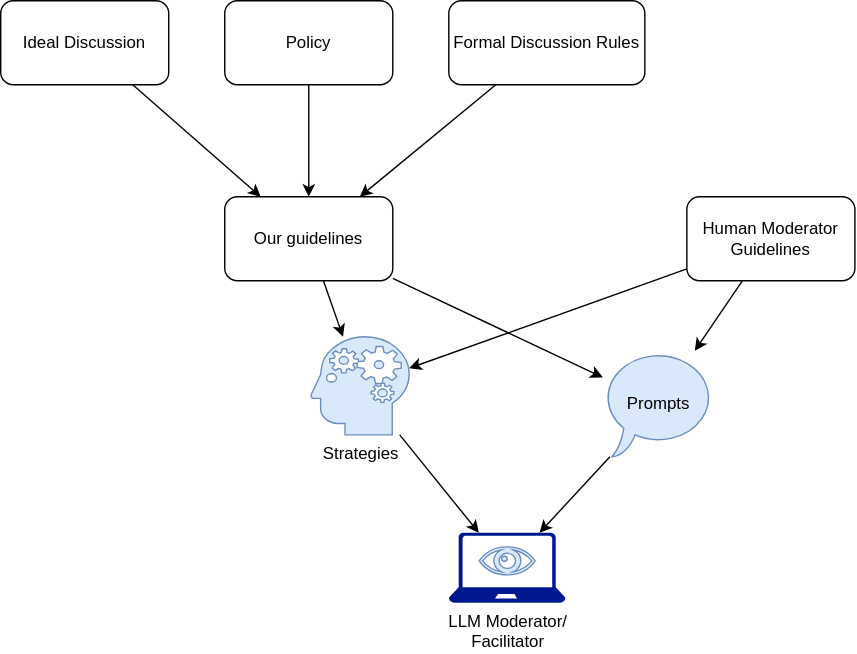
The draw.io diagram paper/resources/moderator_policy.svg in dimits-ts/llm_moderation_research, before a commit. Source tidied: cells renumbered, new cells last; positions are measured from the earlier drawing's top-left corner, leaving out a move shared by most shapes.
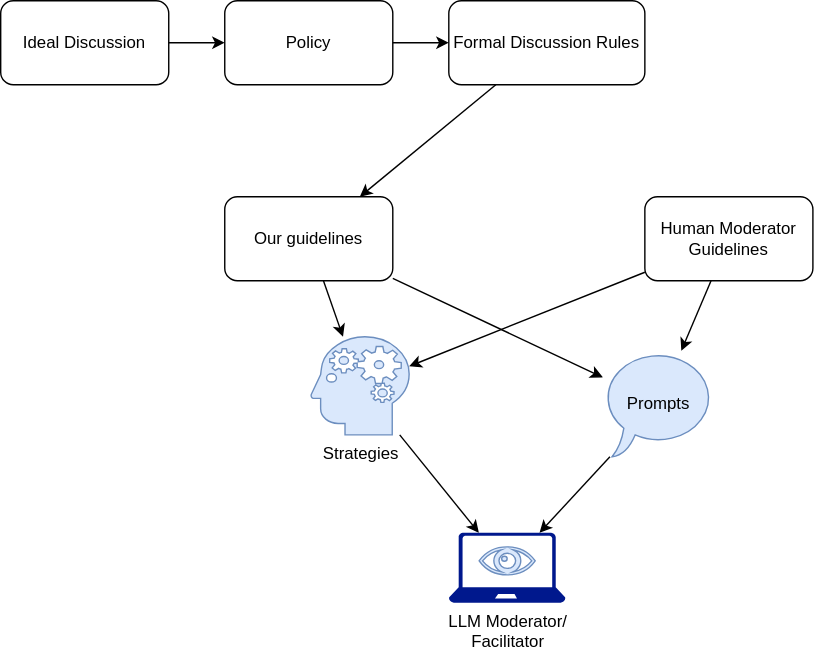
The same diagram one commit later.

Commit message:
add the figures to paper and presentation

The edit, as a diff of the source:
```diff
@@ -14,17 +14,17 @@
     <mxCell id="5" value="Our guidelines" style="rounded=1;whiteSpace=wrap;html=1;" parent="1" vertex="1">
       <mxGeometry x="160" y="140" width="120" height="60" as="geometry" />
     </mxCell>
-    <mxCell id="6" style="endArrow=classic;html=1;rounded=0;" parent="1" edge="1" source="2" target="5">
+    <mxCell id="6" style="endArrow=classic;html=1;rounded=0;" parent="1" edge="1" source="2" target="3">
       <mxGeometry relative="1" as="geometry" />
     </mxCell>
-    <mxCell id="7" style="endArrow=classic;html=1;rounded=0;" parent="1" edge="1" source="3" target="5">
+    <mxCell id="7" style="endArrow=classic;html=1;rounded=0;" parent="1" edge="1" source="3" target="4">
       <mxGeometry relative="1" as="geometry" />
     </mxCell>
     <mxCell id="8" style="endArrow=classic;html=1;rounded=0;" parent="1" edge="1" source="4" target="5">
       <mxGeometry relative="1" as="geometry" />
     </mxCell>
     <mxCell id="9" value="Human Moderator Guidelines" style="rounded=1;whiteSpace=wrap;html=1;" parent="1" vertex="1">
-      <mxGeometry x="490" y="140" width="120" height="60" as="geometry" />
+      <mxGeometry x="460" y="140" width="120" height="60" as="geometry" />
     </mxCell>
     <mxCell id="10" value="Strategies" style="shape=mxgraph.signs.healthcare.mental_health;html=1;fillColor=#dae8fc;strokeColor=#6c8ebf;verticalLabelPosition=bottom;verticalAlign=top;align=center;sketch=0;" parent="1" vertex="1">
       <mxGeometry x="221.7" y="240" width="70" height="70" as="geometry" />
```
